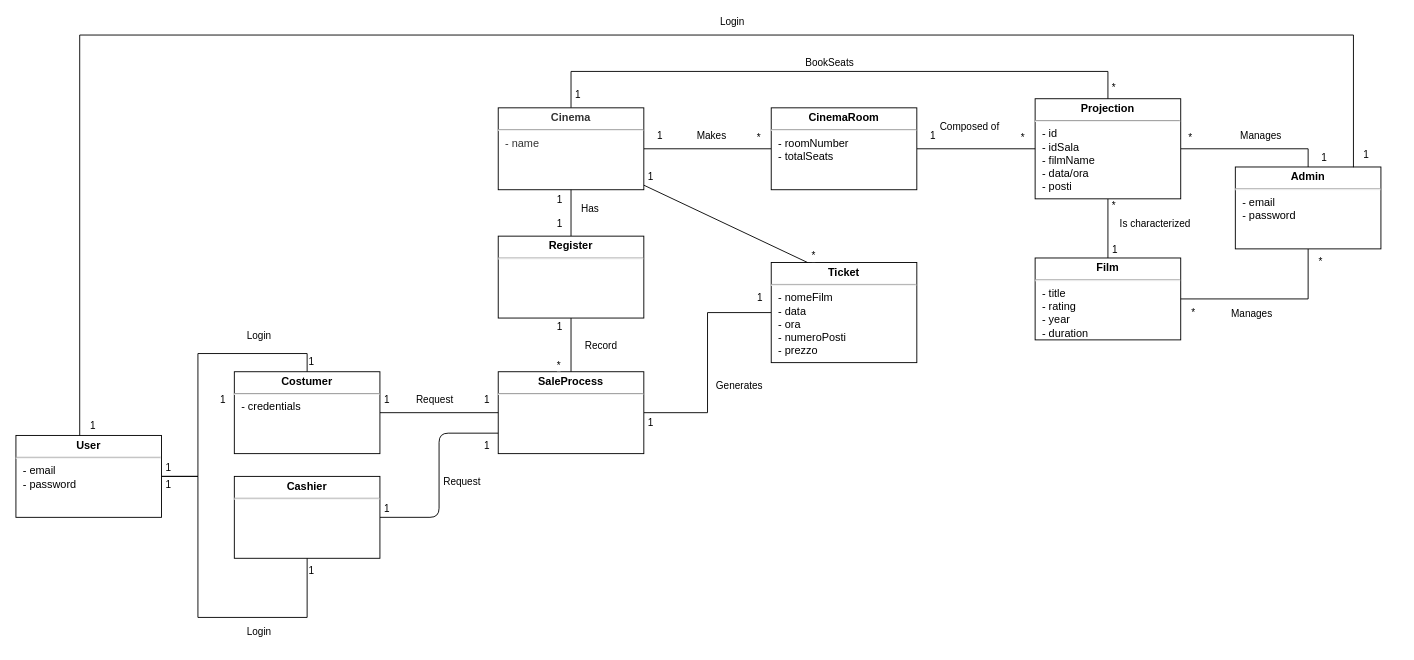
Above: Project Documentation/06. Modello di Dominio - G.A.S. CORP.drawio in IngSW-unipv/Progetto-C24 (draw.io), before the change. Source tidied: cells renumbered, new cells numbered last; positions are measured from the earlier drawing's top-left corner, leaving out a move shared by most shapes. Both pictures are drawn from the tidied source at 91%, with x=0, y=0 at pixel (15, 35).
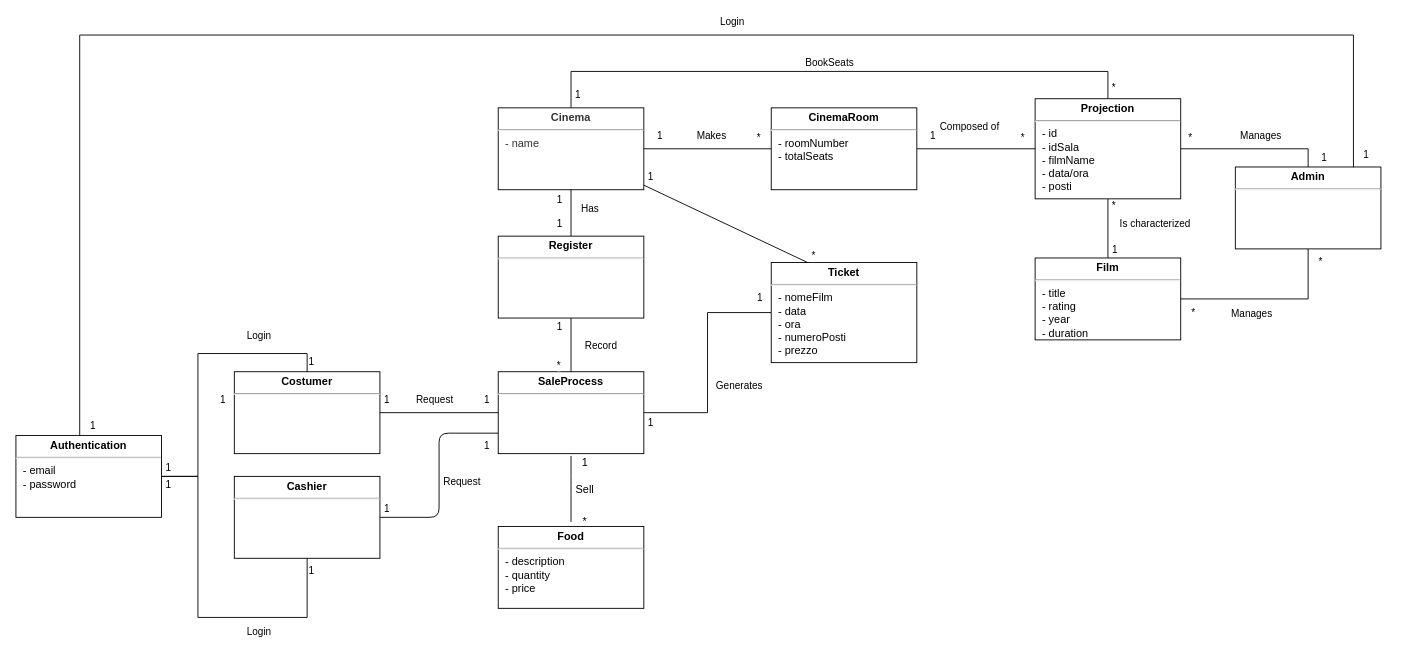
The same page after the edit.

The edit, as a diff of the source:
```diff
@@
-    <mxCell id="20" value="&lt;p style=&quot;margin: 4px 0px 0px; text-align: center;&quot;&gt;&lt;b&gt;Admin&lt;/b&gt;&lt;/p&gt;&lt;hr&gt;&lt;p style=&quot;margin:0px;margin-left:8px;&quot;&gt;- email&lt;/p&gt;&lt;p style=&quot;margin:0px;margin-left:8px;&quot;&gt;- password&lt;/p&gt;" style="verticalAlign=top;align=left;overflow=fill;fontSize=12;fontFamily=Helvetica;html=1;whiteSpace=wrap;rounded=0;" parent="1" vertex="1">
+    <mxCell id="20" value="&lt;p style=&quot;margin: 4px 0px 0px; text-align: center;&quot;&gt;&lt;b&gt;Admin&lt;/b&gt;&lt;/p&gt;&lt;hr&gt;&lt;p style=&quot;margin:0px;margin-left:8px;&quot;&gt;&lt;br&gt;&lt;/p&gt;" style="verticalAlign=top;align=left;overflow=fill;fontSize=12;fontFamily=Helvetica;html=1;whiteSpace=wrap;rounded=0;" parent="1" vertex="1">
       <mxGeometry x="1340" y="145" width="160" height="90" as="geometry" />
     </mxCell>
@@
-    <mxCell id="27" value="&lt;p style=&quot;margin: 4px 0px 0px; text-align: center;&quot;&gt;&lt;b&gt;Costumer&lt;/b&gt;&lt;/p&gt;&lt;hr&gt;&lt;p style=&quot;margin:0px;margin-left:8px;&quot;&gt;&lt;span style=&quot;background-color: initial;&quot;&gt;- credentials&lt;/span&gt;&lt;br&gt;&lt;/p&gt;" style="verticalAlign=top;align=left;overflow=fill;fontSize=12;fontFamily=Helvetica;html=1;whiteSpace=wrap;rounded=0;" parent="1" vertex="1">
+    <mxCell id="27" value="&lt;p style=&quot;margin: 4px 0px 0px; text-align: center;&quot;&gt;&lt;b&gt;Costumer&lt;/b&gt;&lt;/p&gt;&lt;hr&gt;&lt;p style=&quot;margin:0px;margin-left:8px;&quot;&gt;&lt;br&gt;&lt;/p&gt;" style="verticalAlign=top;align=left;overflow=fill;fontSize=12;fontFamily=Helvetica;html=1;whiteSpace=wrap;rounded=0;" parent="1" vertex="1">
       <mxGeometry x="240" y="370" width="160" height="90" as="geometry" />
     </mxCell>
@@
-    <mxCell id="59" value="&lt;p style=&quot;margin: 4px 0px 0px; text-align: center;&quot;&gt;&lt;b&gt;User&lt;/b&gt;&lt;/p&gt;&lt;hr&gt;&lt;p style=&quot;border-color: var(--border-color); margin: 0px 0px 0px 8px;&quot;&gt;- email&lt;/p&gt;&lt;p style=&quot;border-color: var(--border-color); margin: 0px 0px 0px 8px;&quot;&gt;- password&lt;/p&gt;" style="verticalAlign=top;align=left;overflow=fill;fontSize=12;fontFamily=Helvetica;html=1;whiteSpace=wrap;rounded=0;" parent="1" vertex="1">
+    <mxCell id="59" value="&lt;p style=&quot;margin: 4px 0px 0px; text-align: center;&quot;&gt;&lt;b&gt;Authentication&lt;/b&gt;&lt;/p&gt;&lt;hr&gt;&lt;p style=&quot;border-color: var(--border-color); margin: 0px 0px 0px 8px;&quot;&gt;- email&lt;/p&gt;&lt;p style=&quot;border-color: var(--border-color); margin: 0px 0px 0px 8px;&quot;&gt;- password&lt;/p&gt;" style="verticalAlign=top;align=left;overflow=fill;fontSize=12;fontFamily=Helvetica;html=1;whiteSpace=wrap;rounded=0;" parent="1" vertex="1">
       <mxGeometry y="440" width="160" height="90" as="geometry" />
     </mxCell>
@@
+    <mxCell id="73" value="&lt;p style=&quot;margin: 4px 0px 0px; text-align: center;&quot;&gt;&lt;b&gt;Food&lt;/b&gt;&lt;/p&gt;&lt;hr&gt;&lt;p style=&quot;margin:0px;margin-left:8px;&quot;&gt;- description&lt;/p&gt;&lt;p style=&quot;margin:0px;margin-left:8px;&quot;&gt;- quantity&lt;/p&gt;&lt;p style=&quot;margin:0px;margin-left:8px;&quot;&gt;- price&lt;/p&gt;" style="verticalAlign=top;align=left;overflow=fill;fontSize=12;fontFamily=Helvetica;html=1;whiteSpace=wrap;rounded=0;" parent="1" vertex="1">
+      <mxGeometry x="530" y="540" width="160" height="90" as="geometry" />
+    </mxCell>
+    <mxCell id="74" style="edgeStyle=orthogonalEdgeStyle;rounded=1;orthogonalLoop=1;jettySize=auto;html=1;endArrow=none;endFill=0;" parent="1" edge="1">
+      <mxGeometry relative="1" as="geometry">
+        <mxPoint x="610" y="535" as="sourcePoint" />
+        <mxPoint x="610" y="462.5" as="targetPoint" />
+        <Array as="points">
+          <mxPoint x="610" y="495" />
+          <mxPoint x="610" y="495" />
+        </Array>
+      </mxGeometry>
+    </mxCell>
+    <mxCell id="75" value="*" style="text;html=1;align=center;verticalAlign=middle;strokeColor=none;fillColor=none;" parent="1" vertex="1">
+      <mxGeometry x="610" y="520" width="30" height="30" as="geometry" />
+    </mxCell>
+    <mxCell id="76" value="1" style="text;html=1;align=center;verticalAlign=middle;strokeColor=none;fillColor=none;" parent="1" vertex="1">
+      <mxGeometry x="610" y="455" width="30" height="30" as="geometry" />
+    </mxCell>
+    <mxCell id="77" value="Sell" style="text;html=1;align=center;verticalAlign=middle;strokeColor=none;fillColor=none;" parent="1" vertex="1">
+      <mxGeometry x="605" y="485" width="40" height="30" as="geometry" />
+    </mxCell>
```
